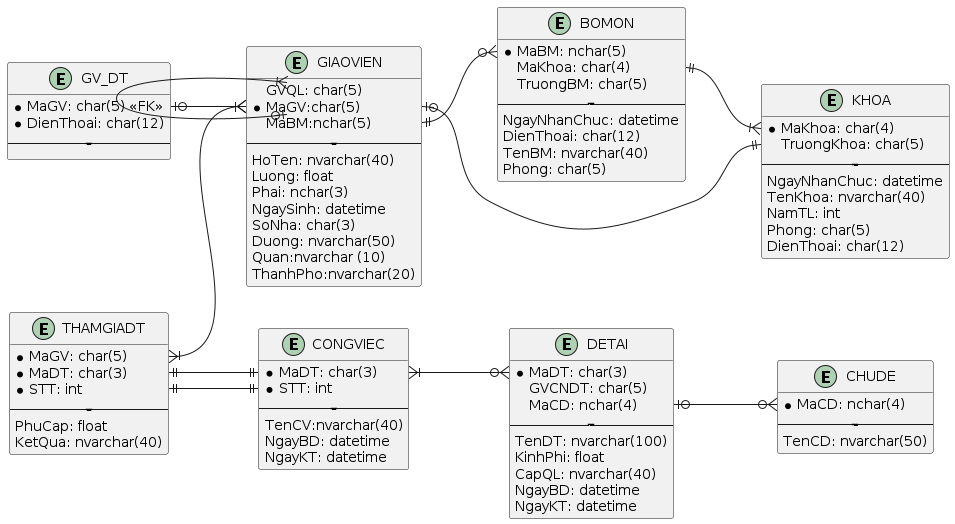
The PlantUML diagram qldtnc.png in ocsiker/databaseOnClass, before a commit.
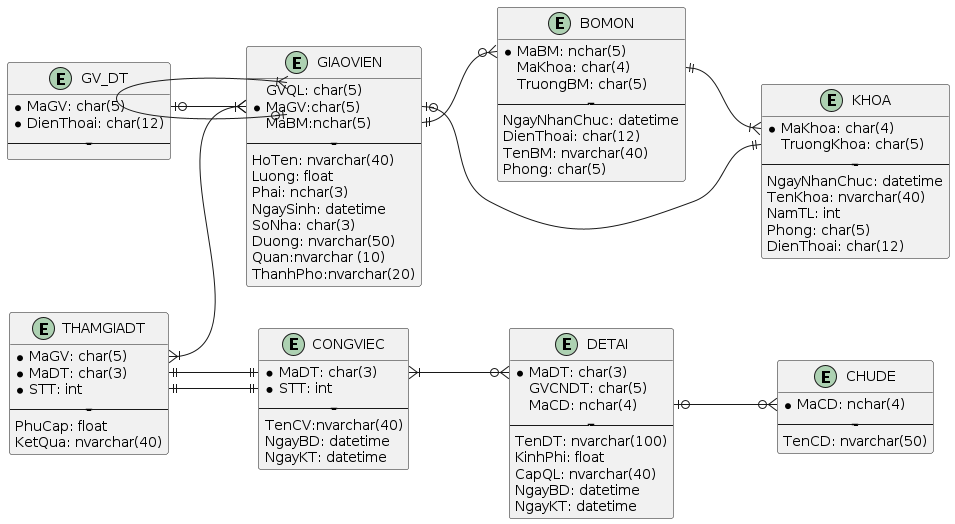
Above is the later version.

Diff of the diagram source:
```diff
@@ -4,7 +4,7 @@
 
 entity GV_DT
 {
-* MaGV: char(5) << FK>>
+* MaGV: char(5)
 * DienThoai: char(12)
 ---------
 }
```
